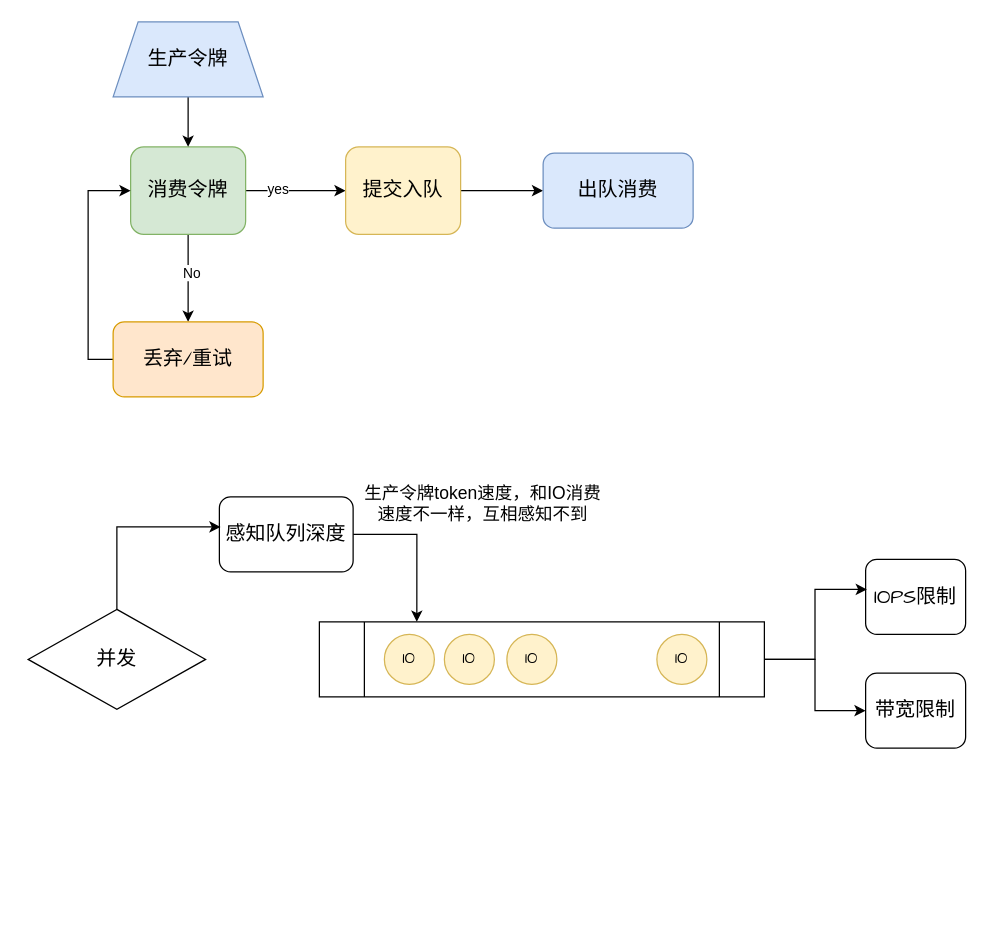
Before: page "Qos" (17 of 17) of draw_blobstore.drawio in mawei029/milin_draw, a draw.io diagram. Source tidied: cells renumbered, new cells numbered last; positions are measured from the earlier drawing's top-left corner, leaving out a move shared by most shapes. Both pictures are drawn from the tidied source at 125%, with x=0, y=0 at pixel (28, 21).
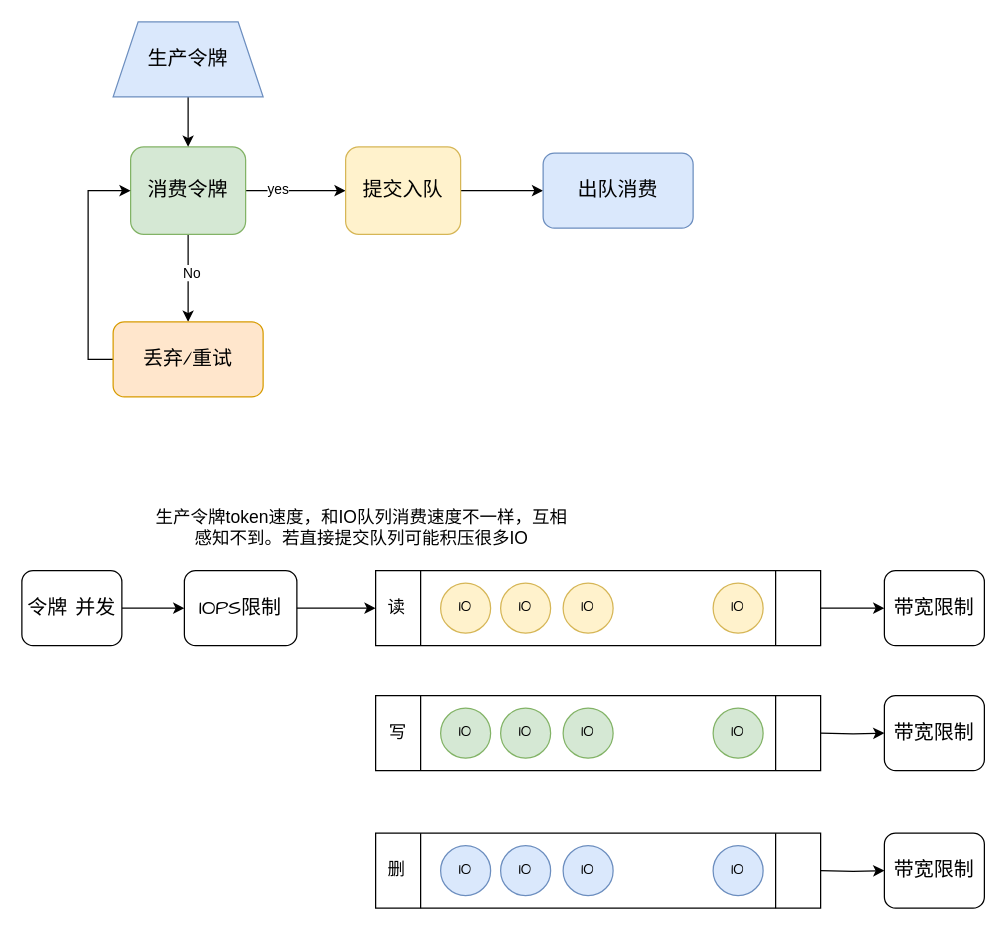
Above is the later version.

Change to the diagram source:
```diff
@@
-    <mxCell id="14" value="并发" style="rhombus;whiteSpace=wrap;html=1;fontFamily=Comic Sans MS;fontSize=16;" parent="1" vertex="1">
-      <mxGeometry y="470" width="142" height="80" as="geometry" />
-    </mxCell>
@@
     <mxCell id="16" style="shape=process;whiteSpace=wrap;html=1;backgroundOutline=1;" parent="1" vertex="1">
-      <mxGeometry x="233" y="480" width="356" height="60" as="geometry" />
+      <mxGeometry x="278" y="439" width="356" height="60" as="geometry" />
     </mxCell>
     <mxCell id="17" value="IO" style="ellipse;whiteSpace=wrap;html=1;fillColor=#fff2cc;strokeColor=#d6b656;fontFamily=Comic Sans MS;" parent="1" vertex="1">
-      <mxGeometry x="285" y="490" width="40" height="40" as="geometry" />
+      <mxGeometry x="330" y="449" width="40" height="40" as="geometry" />
     </mxCell>
     <mxCell id="18" value="IO" style="ellipse;whiteSpace=wrap;html=1;fillColor=#fff2cc;strokeColor=#d6b656;fontFamily=Comic Sans MS;" parent="1" vertex="1">
-      <mxGeometry x="333" y="490" width="40" height="40" as="geometry" />
+      <mxGeometry x="378" y="449" width="40" height="40" as="geometry" />
     </mxCell>
     <mxCell id="19" value="IO" style="ellipse;whiteSpace=wrap;html=1;fillColor=#fff2cc;strokeColor=#d6b656;fontFamily=Comic Sans MS;" parent="1" vertex="1">
-      <mxGeometry x="383" y="490" width="40" height="40" as="geometry" />
+      <mxGeometry x="428" y="449" width="40" height="40" as="geometry" />
     </mxCell>
     <mxCell id="20" value="IO" style="ellipse;whiteSpace=wrap;html=1;fillColor=#fff2cc;strokeColor=#d6b656;fontFamily=Comic Sans MS;" parent="1" vertex="1">
-      <mxGeometry x="503" y="490" width="40" height="40" as="geometry" />
+      <mxGeometry x="548" y="449" width="40" height="40" as="geometry" />
     </mxCell>
     <mxCell id="21" value="带宽限制" style="rounded=1;whiteSpace=wrap;html=1;fontSize=16;fontFamily=Comic Sans MS;" parent="1" vertex="1">
-      <mxGeometry x="670" y="521" width="80" height="60" as="geometry" />
+      <mxGeometry x="685" y="439" width="80" height="60" as="geometry" />
     </mxCell>
-    <mxCell id="22" value="IOPS限制" style="rounded=1;whiteSpace=wrap;html=1;fontSize=16;fontFamily=Comic Sans MS;" parent="1" vertex="1">
-      <mxGeometry x="670" y="430" width="80" height="60" as="geometry" />
-    </mxCell>
-    <mxCell id="23" style="edgeStyle=orthogonalEdgeStyle;rounded=0;jettySize=auto;html=1;entryX=0.219;entryY=0;entryDx=0;entryDy=0;entryPerimeter=0;" parent="1" edge="1" source="24" target="16">
-      <mxGeometry relative="1" as="geometry">
-        <Array as="points">
-          <mxPoint x="311" y="410" />
-        </Array>
-      </mxGeometry>
-    </mxCell>
-    <mxCell id="24" value="感知队列深度" style="rounded=1;whiteSpace=wrap;html=1;fontSize=16;fontFamily=Comic Sans MS;" parent="1" vertex="1">
-      <mxGeometry x="153" y="380" width="107" height="60" as="geometry" />
+    <mxCell id="24" value="IOPS限制" style="rounded=1;whiteSpace=wrap;html=1;fontSize=16;fontFamily=Comic Sans MS;" parent="1" vertex="1">
+      <mxGeometry x="125" y="439" width="90" height="60" as="geometry" />
     </mxCell>
-    <mxCell id="25" value="生产令牌token速度，和IO消费速度不一样，互相感知不到" style="text;html=1;align=center;verticalAlign=middle;whiteSpace=wrap;rounded=0;fontSize=14;" parent="1" vertex="1">
-      <mxGeometry x="268" y="370" width="192" height="30" as="geometry" />
+    <mxCell id="25" value="生产令牌token速度，和IO队列消费速度不一样，互相感知不到。若直接提交队列可能积压很多IO" style="text;html=1;align=center;verticalAlign=middle;whiteSpace=wrap;rounded=0;fontSize=14;" parent="1" vertex="1">
+      <mxGeometry x="95" y="389" width="344" height="30" as="geometry" />
     </mxCell>
-    <mxCell id="26" style="edgeStyle=orthogonalEdgeStyle;rounded=0;jettySize=auto;html=1;entryX=0.009;entryY=0.4;entryDx=0;entryDy=0;entryPerimeter=0;" parent="1" edge="1" source="14" target="24">
-      <mxGeometry relative="1" as="geometry">
-        <Array as="points">
-          <mxPoint x="71" y="404" />
-        </Array>
-      </mxGeometry>
-    </mxCell>
-    <mxCell id="27" style="edgeStyle=orthogonalEdgeStyle;rounded=0;jettySize=auto;html=1;entryX=0.013;entryY=0.4;entryDx=0;entryDy=0;entryPerimeter=0;" parent="1" edge="1" source="16" target="22">
-      <mxGeometry relative="1" as="geometry" />
-    </mxCell>
+    <mxCell id="28" style="shape=process;whiteSpace=wrap;html=1;backgroundOutline=1;" parent="1" vertex="1">
+      <mxGeometry x="278" y="539" width="356" height="60" as="geometry" />
+    </mxCell>
+    <mxCell id="29" value="IO" style="ellipse;whiteSpace=wrap;html=1;fillColor=#d5e8d4;strokeColor=#82b366;fontFamily=Comic Sans MS;" parent="1" vertex="1">
+      <mxGeometry x="330" y="549" width="40" height="40" as="geometry" />
+    </mxCell>
+    <mxCell id="30" value="IO" style="ellipse;whiteSpace=wrap;html=1;fillColor=#d5e8d4;strokeColor=#82b366;fontFamily=Comic Sans MS;" parent="1" vertex="1">
+      <mxGeometry x="378" y="549" width="40" height="40" as="geometry" />
+    </mxCell>
+    <mxCell id="31" value="IO" style="ellipse;whiteSpace=wrap;html=1;fillColor=#d5e8d4;strokeColor=#82b366;fontFamily=Comic Sans MS;" parent="1" vertex="1">
+      <mxGeometry x="428" y="549" width="40" height="40" as="geometry" />
+    </mxCell>
+    <mxCell id="32" value="IO" style="ellipse;whiteSpace=wrap;html=1;fillColor=#d5e8d4;strokeColor=#82b366;fontFamily=Comic Sans MS;" parent="1" vertex="1">
+      <mxGeometry x="548" y="549" width="40" height="40" as="geometry" />
+    </mxCell>
+    <mxCell id="33" style="shape=process;whiteSpace=wrap;html=1;backgroundOutline=1;" parent="1" vertex="1">
+      <mxGeometry x="278" y="649" width="356" height="60" as="geometry" />
+    </mxCell>
+    <mxCell id="34" value="IO" style="ellipse;whiteSpace=wrap;html=1;fillColor=#dae8fc;strokeColor=#6c8ebf;fontFamily=Comic Sans MS;" parent="1" vertex="1">
+      <mxGeometry x="330" y="659" width="40" height="40" as="geometry" />
+    </mxCell>
+    <mxCell id="35" value="IO" style="ellipse;whiteSpace=wrap;html=1;fillColor=#dae8fc;strokeColor=#6c8ebf;fontFamily=Comic Sans MS;" parent="1" vertex="1">
+      <mxGeometry x="378" y="659" width="40" height="40" as="geometry" />
+    </mxCell>
+    <mxCell id="36" value="IO" style="ellipse;whiteSpace=wrap;html=1;fillColor=#dae8fc;strokeColor=#6c8ebf;fontFamily=Comic Sans MS;" parent="1" vertex="1">
+      <mxGeometry x="428" y="659" width="40" height="40" as="geometry" />
+    </mxCell>
+    <mxCell id="37" value="IO" style="ellipse;whiteSpace=wrap;html=1;fillColor=#dae8fc;strokeColor=#6c8ebf;fontFamily=Comic Sans MS;" parent="1" vertex="1">
+      <mxGeometry x="548" y="659" width="40" height="40" as="geometry" />
+    </mxCell>
+    <mxCell id="38" value="读" style="text;html=1;align=center;verticalAlign=middle;whiteSpace=wrap;rounded=0;fontFamily=Comic Sans MS;fontSize=14;" parent="1" vertex="1">
+      <mxGeometry x="265" y="454" width="60" height="30" as="geometry" />
+    </mxCell>
+    <mxCell id="39" value="写" style="text;html=1;align=center;verticalAlign=middle;whiteSpace=wrap;rounded=0;fontFamily=Comic Sans MS;fontSize=14;" parent="1" vertex="1">
+      <mxGeometry x="266" y="554" width="60" height="30" as="geometry" />
+    </mxCell>
+    <mxCell id="40" value="删" style="text;html=1;align=center;verticalAlign=middle;whiteSpace=wrap;rounded=0;fontFamily=Comic Sans MS;fontSize=14;" parent="1" vertex="1">
+      <mxGeometry x="265" y="664" width="60" height="30" as="geometry" />
+    </mxCell>
+    <mxCell id="41" style="edgeStyle=orthogonalEdgeStyle;rounded=0;jettySize=auto;html=1;entryX=0;entryY=0.5;entryDx=0;entryDy=0;" parent="1" edge="1" target="42">
+      <mxGeometry relative="1" as="geometry">
+        <mxPoint x="634" y="569" as="sourcePoint" />
+      </mxGeometry>
+    </mxCell>
+    <mxCell id="42" value="带宽限制" style="rounded=1;whiteSpace=wrap;html=1;fontSize=16;fontFamily=Comic Sans MS;" parent="1" vertex="1">
+      <mxGeometry x="685" y="539" width="80" height="60" as="geometry" />
+    </mxCell>
+    <mxCell id="43" style="edgeStyle=orthogonalEdgeStyle;rounded=0;jettySize=auto;html=1;entryX=0;entryY=0.5;entryDx=0;entryDy=0;" parent="1" edge="1" target="44">
+      <mxGeometry relative="1" as="geometry">
+        <mxPoint x="634" y="679" as="sourcePoint" />
+      </mxGeometry>
+    </mxCell>
+    <mxCell id="44" value="带宽限制" style="rounded=1;whiteSpace=wrap;html=1;fontSize=16;fontFamily=Comic Sans MS;" parent="1" vertex="1">
+      <mxGeometry x="685" y="649" width="80" height="60" as="geometry" />
+    </mxCell>
+    <mxCell id="45" style="edgeStyle=orthogonalEdgeStyle;rounded=0;jettySize=auto;html=1;entryX=0;entryY=0.5;entryDx=0;entryDy=0;" parent="1" edge="1" source="46" target="24">
+      <mxGeometry relative="1" as="geometry" />
+    </mxCell>
+    <mxCell id="46" value="&lt;span style=&quot;font-family: &amp;quot;Comic Sans MS&amp;quot;; font-size: 16px;&quot;&gt;令牌 并发&lt;/span&gt;" style="rounded=1;whiteSpace=wrap;html=1;" parent="1" vertex="1">
+      <mxGeometry x="-5" y="439" width="80" height="60" as="geometry" />
+    </mxCell>
+    <mxCell id="23" style="edgeStyle=orthogonalEdgeStyle;rounded=0;jettySize=auto;html=1;entryX=0;entryY=0.5;entryDx=0;entryDy=0;" parent="1" edge="1" source="24" target="16">
+      <mxGeometry relative="1" as="geometry" />
+    </mxCell>
```
